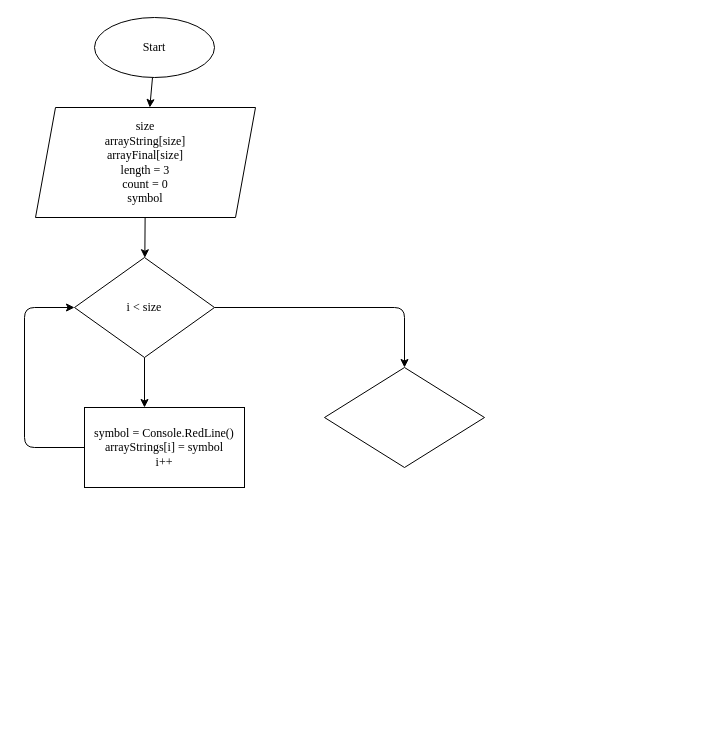
The draw.io diagram task.drawio in MTatyanaA/Homeresult, before the edit. Source tidied: cells renumbered, new cells numbered last; positions are measured from the earlier drawing's top-left corner, leaving out a move shared by most shapes. Both pictures are drawn from the tidied source at 100%, with x=0, y=0 at pixel (24, 17).
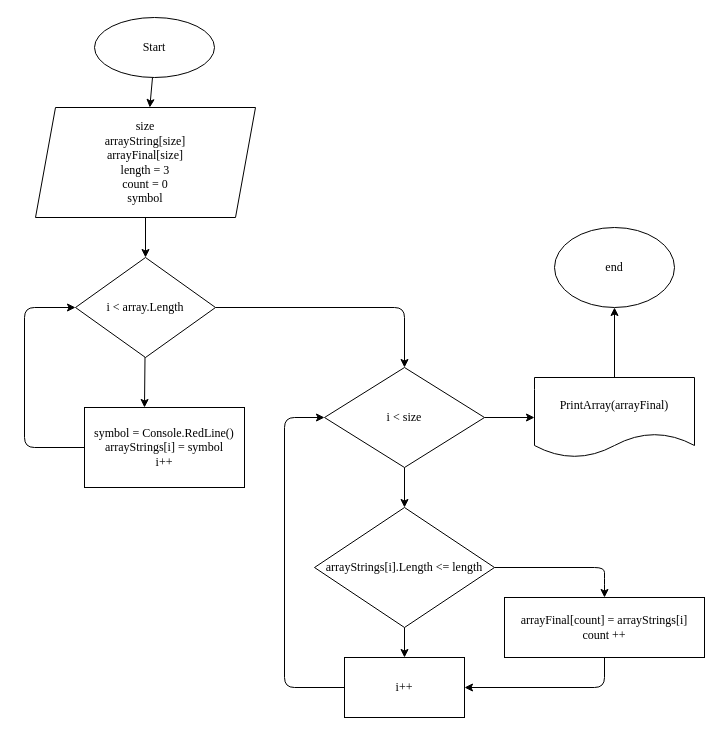
Above is the later version.

What changed in the source:
```diff
@@
-    <mxCell id="8" value="i &amp;lt; size" style="rhombus;whiteSpace=wrap;html=1;fontFamily=Times New Roman;" parent="1" vertex="1">
-      <mxGeometry x="50" y="240" width="140" height="100" as="geometry" />
+    <mxCell id="8" value="i &amp;lt; array.Length" style="rhombus;whiteSpace=wrap;html=1;fontFamily=Times New Roman;" parent="1" vertex="1">
+      <mxGeometry x="51" y="240" width="140" height="100" as="geometry" />
     </mxCell>
@@
+    <mxCell id="12" style="edgeStyle=none;html=1;fontFamily=Times New Roman;" parent="1" edge="1" source="11" target="15">
+      <mxGeometry relative="1" as="geometry" />
+    </mxCell>
+    <mxCell id="13" style="edgeStyle=none;html=1;fontFamily=Times New Roman;" parent="1" edge="1" source="11" target="19">
+      <mxGeometry relative="1" as="geometry" />
+    </mxCell>
-    <mxCell id="11" style="rhombus;whiteSpace=wrap;html=1;fontFamily=Times New Roman;" parent="1" vertex="1">
+    <mxCell id="11" value="i &amp;lt; size" style="rhombus;whiteSpace=wrap;html=1;fontFamily=Times New Roman;" parent="1" vertex="1">
       <mxGeometry x="300" y="350" width="160" height="100" as="geometry" />
     </mxCell>
+    <mxCell id="14" style="edgeStyle=none;html=1;fontFamily=Times New Roman;" parent="1" edge="1" source="15" target="16">
+      <mxGeometry relative="1" as="geometry" />
+    </mxCell>
+    <mxCell id="15" value="PrintArray(arrayFinal)" style="shape=document;whiteSpace=wrap;html=1;boundedLbl=1;fontFamily=Times New Roman;" parent="1" vertex="1">
+      <mxGeometry x="510" y="360" width="160" height="80" as="geometry" />
+    </mxCell>
+    <mxCell id="16" value="end" style="ellipse;whiteSpace=wrap;html=1;fontFamily=Times New Roman;" parent="1" vertex="1">
+      <mxGeometry x="530" y="210" width="120" height="80" as="geometry" />
+    </mxCell>
+    <mxCell id="17" style="edgeStyle=none;html=1;fontFamily=Times New Roman;" parent="1" edge="1" source="19" target="21">
+      <mxGeometry relative="1" as="geometry" />
+    </mxCell>
+    <mxCell id="18" style="edgeStyle=none;html=1;fontFamily=Times New Roman;" parent="1" edge="1" source="19" target="23">
+      <mxGeometry relative="1" as="geometry">
+        <Array as="points">
+          <mxPoint x="580" y="550" />
+          <mxPoint x="580" y="560" />
+        </Array>
+      </mxGeometry>
+    </mxCell>
+    <mxCell id="19" value="arrayStrings[i].Length &amp;lt;= length" style="rhombus;whiteSpace=wrap;html=1;fontFamily=Times New Roman;" parent="1" vertex="1">
+      <mxGeometry x="290" y="490" width="180" height="120" as="geometry" />
+    </mxCell>
+    <mxCell id="20" style="edgeStyle=none;html=1;fontFamily=Times New Roman;entryX=0;entryY=0.5;entryDx=0;entryDy=0;" parent="1" edge="1" source="21" target="11">
+      <mxGeometry relative="1" as="geometry">
+        <Array as="points">
+          <mxPoint x="260" y="670" />
+          <mxPoint x="260" y="400" />
+        </Array>
+      </mxGeometry>
+    </mxCell>
+    <mxCell id="21" value="i++" style="rounded=0;whiteSpace=wrap;html=1;fontFamily=Times New Roman;" parent="1" vertex="1">
+      <mxGeometry x="320" y="640" width="120" height="60" as="geometry" />
+    </mxCell>
+    <mxCell id="22" style="edgeStyle=none;html=1;fontFamily=Times New Roman;entryX=1;entryY=0.5;entryDx=0;entryDy=0;exitX=0.5;exitY=1;exitDx=0;exitDy=0;" parent="1" edge="1" source="23" target="21">
+      <mxGeometry relative="1" as="geometry">
+        <Array as="points">
+          <mxPoint x="580" y="670" />
+        </Array>
+      </mxGeometry>
+    </mxCell>
+    <mxCell id="23" value="arrayFinal[count] = arrayStrings[i]&lt;br&gt;count ++" style="rounded=0;whiteSpace=wrap;html=1;fontFamily=Times New Roman;" parent="1" vertex="1">
+      <mxGeometry x="480" y="580" width="200" height="60" as="geometry" />
+    </mxCell>
```
